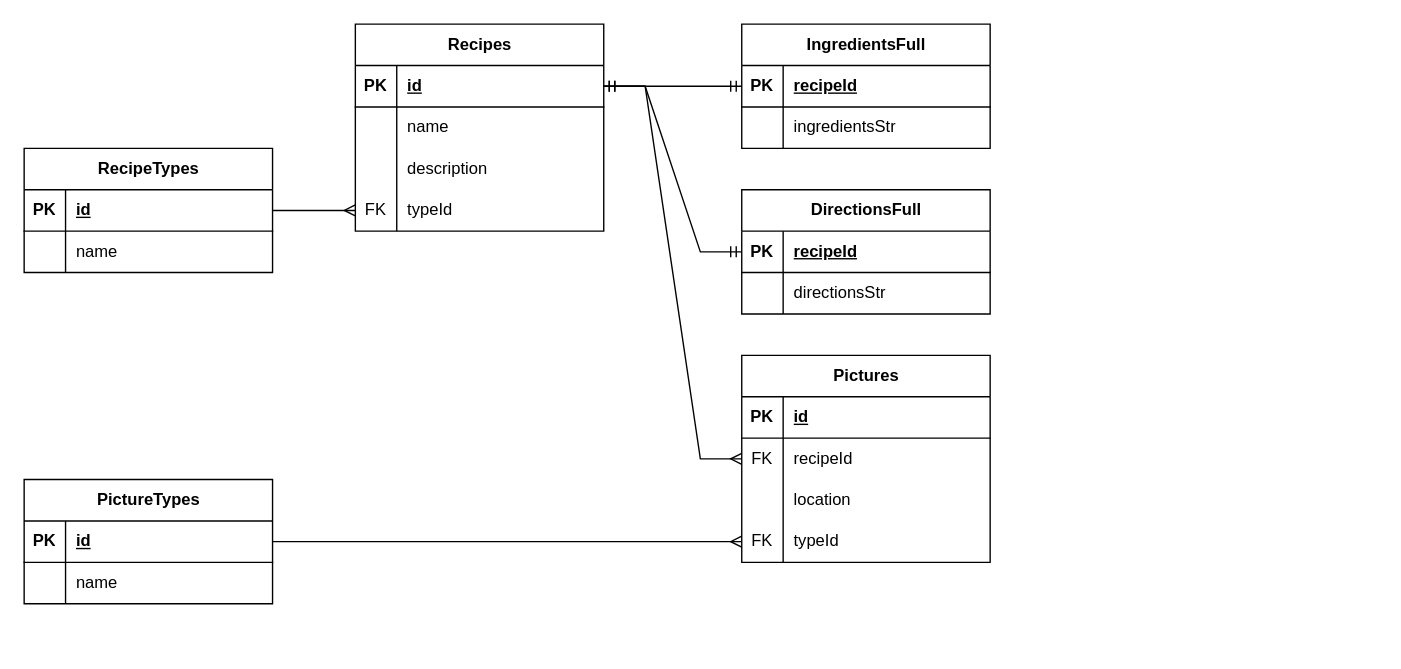
Before: Recipe Database.drawio in Souptember/recipe-api, a draw.io diagram. Source tidied: cells renumbered, new cells numbered last; positions are measured from the earlier drawing's top-left corner, leaving out a move shared by most shapes. Both pictures are drawn from the tidied source at 138%, with x=0, y=0 at pixel (23, 23).
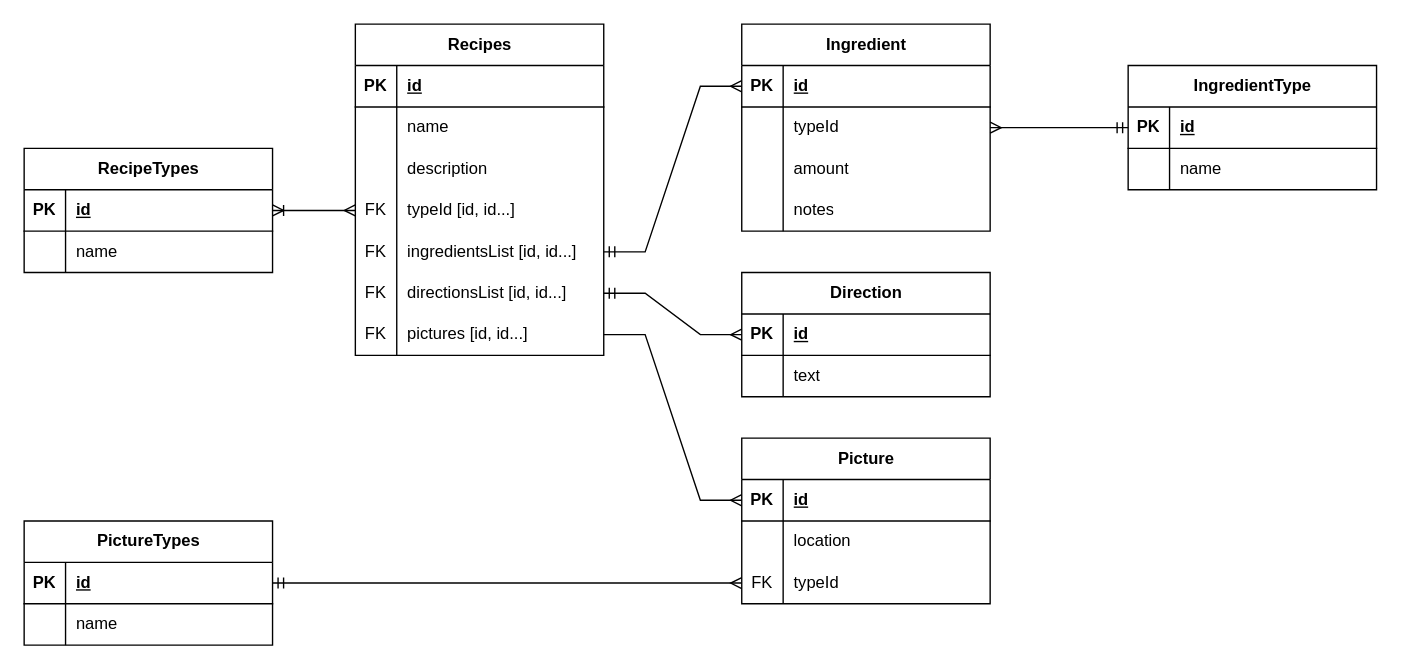
After the change.

Unchanged cells that the change refers to:
```xml
<mxCell id="3" style="shape=tableRow;horizontal=0;startSize=0;swimlaneHead=0;swimlaneBody=0;fillColor=none;points=[[0,0.5],[1,0.5]];portConstraint=eastwest;top=0;left=0;right=0;bottom=1;" parent="2" vertex="1">
  <mxGeometry y="30" width="180" height="30" as="geometry" />
</mxCell>
<mxCell id="12" style="shape=tableRow;horizontal=0;startSize=0;swimlaneHead=0;swimlaneBody=0;fillColor=none;points=[[0,0.5],[1,0.5]];portConstraint=eastwest;top=0;left=0;right=0;bottom=0;" parent="2" vertex="1">
  <mxGeometry y="120" width="180" height="30" as="geometry" />
</mxCell>
<mxCell id="16" style="shape=tableRow;horizontal=0;startSize=0;swimlaneHead=0;swimlaneBody=0;fillColor=none;points=[[0,0.5],[1,0.5]];portConstraint=eastwest;top=0;left=0;right=0;bottom=1;" parent="15" vertex="1">
  <mxGeometry y="30" width="180" height="30" as="geometry" />
</mxCell>
<mxCell id="19" style="shape=tableRow;horizontal=0;startSize=0;swimlaneHead=0;swimlaneBody=0;fillColor=none;points=[[0,0.5],[1,0.5]];portConstraint=eastwest;top=0;left=0;right=0;bottom=0;" parent="15" vertex="1">
  <mxGeometry y="60" width="180" height="30" as="geometry" />
</mxCell>
<mxCell id="23" style="shape=tableRow;horizontal=0;startSize=0;swimlaneHead=0;swimlaneBody=0;fillColor=none;points=[[0,0.5],[1,0.5]];portConstraint=eastwest;top=0;left=0;right=0;bottom=1;" parent="22" vertex="1">
  <mxGeometry y="30" width="180" height="30" as="geometry" />
</mxCell>
<mxCell id="26" style="shape=tableRow;horizontal=0;startSize=0;swimlaneHead=0;swimlaneBody=0;fillColor=none;top=0;left=0;right=0;bottom=0;" parent="22" vertex="1">
  <mxGeometry y="60" width="180" height="30" as="geometry" />
</mxCell>
<mxCell id="30" style="shape=tableRow;horizontal=0;startSize=0;swimlaneHead=0;swimlaneBody=0;fillColor=none;points=[[0,0.5],[1,0.5]];portConstraint=eastwest;top=0;left=0;right=0;bottom=1;" parent="29" vertex="1">
  <mxGeometry y="30" width="180" height="30" as="geometry" />
</mxCell>
<mxCell id="40" style="shape=tableRow;horizontal=0;startSize=0;swimlaneHead=0;swimlaneBody=0;fillColor=none;points=[[0,0.5],[1,0.5]];portConstraint=eastwest;top=0;left=0;right=0;bottom=1;" parent="39" vertex="1">
  <mxGeometry y="30" width="180" height="30" as="geometry" />
</mxCell>
<mxCell id="53" style="shape=tableRow;horizontal=0;startSize=0;swimlaneHead=0;swimlaneBody=0;fillColor=none;points=[[0,0.5],[1,0.5]];portConstraint=eastwest;top=0;left=0;right=0;bottom=1;" parent="52" vertex="1">
  <mxGeometry y="30" width="180" height="30" as="geometry" />
</mxCell>
```

The edit, as a diff of the source:
```diff
@@
     <mxCell id="2" value="&lt;div&gt;Recipes&lt;/div&gt;" style="shape=table;startSize=30;childLayout=tableLayout;rowLines=0;fontStyle=1;align=center;html=1;" parent="1" vertex="1">
-      <mxGeometry x="240" width="180" height="150" as="geometry" />
+      <mxGeometry x="240" width="180" height="240" as="geometry" />
     </mxCell>
@@
-    <mxCell id="14" value="typeId" style="shape=partialRectangle;fillColor=none;top=0;left=0;bottom=0;right=0;align=left;spacingLeft=6;overflow=hidden;whiteSpace=wrap;html=1;" parent="12" vertex="1">
+    <mxCell id="14" value="typeId [id, id...]" style="shape=partialRectangle;fillColor=none;top=0;left=0;bottom=0;right=0;align=left;spacingLeft=6;overflow=hidden;whiteSpace=wrap;html=1;" parent="12" vertex="1">
       <mxGeometry x="30" width="150" height="30" as="geometry" />
     </mxCell>
+    <mxCell id="61" style="shape=tableRow;horizontal=0;startSize=0;swimlaneHead=0;swimlaneBody=0;fillColor=none;points=[[0,0.5],[1,0.5]];portConstraint=eastwest;top=0;left=0;right=0;bottom=0;" parent="2" vertex="1">
+      <mxGeometry y="150" width="180" height="30" as="geometry" />
+    </mxCell>
+    <mxCell id="62" value="FK" style="shape=partialRectangle;fillColor=none;top=0;left=0;bottom=0;right=0;overflow=hidden;whiteSpace=wrap;html=1;" parent="61" vertex="1">
+      <mxGeometry width="30" height="30" as="geometry" />
+    </mxCell>
+    <mxCell id="63" value="ingredientsList [id, id...]" style="shape=partialRectangle;fillColor=none;top=0;left=0;bottom=0;right=0;align=left;spacingLeft=6;overflow=hidden;whiteSpace=wrap;html=1;" parent="61" vertex="1">
+      <mxGeometry x="30" width="150" height="30" as="geometry" />
+    </mxCell>
+    <mxCell id="64" style="shape=tableRow;horizontal=0;startSize=0;swimlaneHead=0;swimlaneBody=0;fillColor=none;points=[[0,0.5],[1,0.5]];portConstraint=eastwest;top=0;left=0;right=0;bottom=0;" parent="2" vertex="1">
+      <mxGeometry y="180" width="180" height="30" as="geometry" />
+    </mxCell>
+    <mxCell id="65" value="FK" style="shape=partialRectangle;fillColor=none;top=0;left=0;bottom=0;right=0;overflow=hidden;whiteSpace=wrap;html=1;" parent="64" vertex="1">
+      <mxGeometry width="30" height="30" as="geometry" />
+    </mxCell>
+    <mxCell id="66" value="directionsList [id, id...]" style="shape=partialRectangle;fillColor=none;top=0;left=0;bottom=0;right=0;align=left;spacingLeft=6;overflow=hidden;whiteSpace=wrap;html=1;" parent="64" vertex="1">
+      <mxGeometry x="30" width="150" height="30" as="geometry" />
+    </mxCell>
+    <mxCell id="67" style="shape=tableRow;horizontal=0;startSize=0;swimlaneHead=0;swimlaneBody=0;fillColor=none;points=[[0,0.5],[1,0.5]];portConstraint=eastwest;top=0;left=0;right=0;bottom=0;" parent="2" vertex="1">
+      <mxGeometry y="210" width="180" height="30" as="geometry" />
+    </mxCell>
+    <mxCell id="68" value="FK" style="shape=partialRectangle;fillColor=none;top=0;left=0;bottom=0;right=0;overflow=hidden;whiteSpace=wrap;html=1;" parent="67" vertex="1">
+      <mxGeometry width="30" height="30" as="geometry" />
+    </mxCell>
+    <mxCell id="69" value="pictures [id, id...]" style="shape=partialRectangle;fillColor=none;top=0;left=0;bottom=0;right=0;align=left;spacingLeft=6;overflow=hidden;whiteSpace=wrap;html=1;" parent="67" vertex="1">
+      <mxGeometry x="30" width="150" height="30" as="geometry" />
+    </mxCell>
-    <mxCell id="15" value="IngredientsFull" style="shape=table;startSize=30;childLayout=tableLayout;rowLines=0;fontStyle=1;align=center;html=1;" parent="1" vertex="1">
-      <mxGeometry x="520" width="180" height="90" as="geometry" />
+    <mxCell id="15" value="Ingredient" style="shape=table;startSize=30;childLayout=tableLayout;rowLines=0;fontStyle=1;align=center;html=1;" parent="1" vertex="1">
+      <mxGeometry x="520" width="180" height="150" as="geometry" />
     </mxCell>
@@
-    <mxCell id="18" value="recipeId" style="shape=partialRectangle;fillColor=none;top=0;left=0;bottom=0;right=0;align=left;spacingLeft=6;fontStyle=5;overflow=hidden;whiteSpace=wrap;html=1;" parent="16" vertex="1">
+    <mxCell id="18" value="id" style="shape=partialRectangle;fillColor=none;top=0;left=0;bottom=0;right=0;align=left;spacingLeft=6;fontStyle=5;overflow=hidden;whiteSpace=wrap;html=1;" parent="16" vertex="1">
       <mxGeometry x="30" width="150" height="30" as="geometry" />
     </mxCell>
@@
-    <mxCell id="21" value="ingredientsStr" style="shape=partialRectangle;fillColor=none;top=0;left=0;bottom=0;right=0;align=left;spacingLeft=6;overflow=hidden;whiteSpace=wrap;html=1;" parent="19" vertex="1">
+    <mxCell id="21" value="typeId" style="shape=partialRectangle;fillColor=none;top=0;left=0;bottom=0;right=0;align=left;spacingLeft=6;overflow=hidden;whiteSpace=wrap;html=1;" parent="19" vertex="1">
       <mxGeometry x="30" width="150" height="30" as="geometry" />
     </mxCell>
+    <mxCell id="70" style="shape=tableRow;horizontal=0;startSize=0;swimlaneHead=0;swimlaneBody=0;fillColor=none;top=0;left=0;right=0;bottom=0;" parent="15" vertex="1">
+      <mxGeometry y="90" width="180" height="30" as="geometry" />
+    </mxCell>
+    <mxCell id="71" style="shape=partialRectangle;fillColor=none;top=0;left=0;bottom=0;right=0;overflow=hidden;whiteSpace=wrap;html=1;" parent="70" vertex="1">
+      <mxGeometry width="30" height="30" as="geometry" />
+    </mxCell>
+    <mxCell id="72" value="amount" style="shape=partialRectangle;fillColor=none;top=0;left=0;bottom=0;right=0;align=left;spacingLeft=6;overflow=hidden;whiteSpace=wrap;html=1;" parent="70" vertex="1">
+      <mxGeometry x="30" width="150" height="30" as="geometry" />
+    </mxCell>
+    <mxCell id="73" style="shape=tableRow;horizontal=0;startSize=0;swimlaneHead=0;swimlaneBody=0;fillColor=none;top=0;left=0;right=0;bottom=0;" parent="15" vertex="1">
+      <mxGeometry y="120" width="180" height="30" as="geometry" />
+    </mxCell>
+    <mxCell id="74" style="shape=partialRectangle;fillColor=none;top=0;left=0;bottom=0;right=0;overflow=hidden;whiteSpace=wrap;html=1;" parent="73" vertex="1">
+      <mxGeometry width="30" height="30" as="geometry" />
+    </mxCell>
+    <mxCell id="75" value="notes" style="shape=partialRectangle;fillColor=none;top=0;left=0;bottom=0;right=0;align=left;spacingLeft=6;overflow=hidden;whiteSpace=wrap;html=1;" parent="73" vertex="1">
+      <mxGeometry x="30" width="150" height="30" as="geometry" />
+    </mxCell>
-    <mxCell id="22" value="DirectionsFull" style="shape=table;startSize=30;childLayout=tableLayout;rowLines=0;fontStyle=1;align=center;html=1;" parent="1" vertex="1">
-      <mxGeometry x="520" y="120" width="180" height="90" as="geometry" />
+    <mxCell id="22" value="Direction" style="shape=table;startSize=30;childLayout=tableLayout;rowLines=0;fontStyle=1;align=center;html=1;" parent="1" vertex="1">
+      <mxGeometry x="520" y="180" width="180" height="90" as="geometry" />
     </mxCell>
@@
-    <mxCell id="25" value="recipeId" style="shape=partialRectangle;fillColor=none;top=0;left=0;bottom=0;right=0;align=left;spacingLeft=6;fontStyle=5;overflow=hidden;whiteSpace=wrap;html=1;" parent="23" vertex="1">
+    <mxCell id="25" value="id" style="shape=partialRectangle;fillColor=none;top=0;left=0;bottom=0;right=0;align=left;spacingLeft=6;fontStyle=5;overflow=hidden;whiteSpace=wrap;html=1;" parent="23" vertex="1">
       <mxGeometry x="30" width="150" height="30" as="geometry" />
     </mxCell>
@@
-    <mxCell id="28" value="directionsStr" style="shape=partialRectangle;fillColor=none;top=0;left=0;bottom=0;right=0;align=left;spacingLeft=6;overflow=hidden;whiteSpace=wrap;html=1;" parent="26" vertex="1">
+    <mxCell id="28" value="text" style="shape=partialRectangle;fillColor=none;top=0;left=0;bottom=0;right=0;align=left;spacingLeft=6;overflow=hidden;whiteSpace=wrap;html=1;" parent="26" vertex="1">
       <mxGeometry x="30" width="150" height="30" as="geometry" />
     </mxCell>
@@
-    <mxCell id="36" style="edgeStyle=entityRelationEdgeStyle;fontSize=12;html=1;endArrow=ERmany;rounded=0;" parent="1" edge="1" source="30" target="12">
+    <mxCell id="36" style="edgeStyle=entityRelationEdgeStyle;fontSize=12;html=1;endArrow=ERmany;rounded=0;startArrow=ERoneToMany;startFill=0;" parent="1" edge="1" source="30" target="12">
       <mxGeometry relative="1" as="geometry" />
     </mxCell>
-    <mxCell id="37" style="edgeStyle=entityRelationEdgeStyle;fontSize=12;html=1;endArrow=ERmandOne;startArrow=ERmandOne;rounded=0;" parent="1" edge="1" source="3" target="16">
+    <mxCell id="37" style="edgeStyle=entityRelationEdgeStyle;fontSize=12;html=1;endArrow=ERmany;startArrow=ERmandOne;rounded=0;exitX=1;exitY=0.5;exitDx=0;exitDy=0;endFill=0;" parent="1" edge="1" source="61" target="16">
       <mxGeometry relative="1" as="geometry" />
     </mxCell>
-    <mxCell id="38" style="edgeStyle=entityRelationEdgeStyle;fontSize=12;html=1;endArrow=ERmandOne;startArrow=ERmandOne;rounded=0;" parent="1" edge="1" source="3" target="23">
+    <mxCell id="38" style="edgeStyle=entityRelationEdgeStyle;fontSize=12;html=1;endArrow=ERmany;startArrow=ERmandOne;rounded=0;exitX=1;exitY=0.5;exitDx=0;exitDy=0;endFill=0;" parent="1" edge="1" source="64" target="23">
       <mxGeometry relative="1" as="geometry" />
     </mxCell>
-    <mxCell id="39" value="Pictures" style="shape=table;startSize=30;childLayout=tableLayout;rowLines=0;fontStyle=1;align=center;html=1;" parent="1" vertex="1">
-      <mxGeometry x="520" y="240" width="180" height="150" as="geometry" />
+    <mxCell id="39" value="Picture" style="shape=table;startSize=30;childLayout=tableLayout;rowLines=0;fontStyle=1;align=center;html=1;" parent="1" vertex="1">
+      <mxGeometry x="520" y="300" width="180" height="120" as="geometry" />
     </mxCell>
@@
-    <mxCell id="43" style="shape=tableRow;horizontal=0;startSize=0;swimlaneHead=0;swimlaneBody=0;fillColor=none;points=[[0,0.5],[1,0.5]];portConstraint=eastwest;top=0;left=0;right=0;bottom=0;" parent="39" vertex="1">
-      <mxGeometry y="60" width="180" height="30" as="geometry" />
-    </mxCell>
-    <mxCell id="44" value="FK" style="shape=partialRectangle;fillColor=none;top=0;left=0;bottom=0;right=0;overflow=hidden;whiteSpace=wrap;html=1;" parent="43" vertex="1">
-      <mxGeometry width="30" height="30" as="geometry" />
-    </mxCell>
-    <mxCell id="45" value="recipeId" style="shape=partialRectangle;fillColor=none;top=0;left=0;bottom=0;right=0;align=left;spacingLeft=6;overflow=hidden;whiteSpace=wrap;html=1;" parent="43" vertex="1">
-      <mxGeometry x="30" width="150" height="30" as="geometry" />
-    </mxCell>
     <mxCell id="46" style="shape=tableRow;horizontal=0;startSize=0;swimlaneHead=0;swimlaneBody=0;fillColor=none;top=0;left=0;right=0;bottom=0;" parent="39" vertex="1">
-      <mxGeometry y="90" width="180" height="30" as="geometry" />
+      <mxGeometry y="60" width="180" height="30" as="geometry" />
     </mxCell>
@@
     <mxCell id="49" style="shape=tableRow;horizontal=0;startSize=0;swimlaneHead=0;swimlaneBody=0;fillColor=none;points=[[0,0.5],[1,0.5]];portConstraint=eastwest;top=0;left=0;right=0;bottom=0;" parent="39" vertex="1">
-      <mxGeometry y="120" width="180" height="30" as="geometry" />
+      <mxGeometry y="90" width="180" height="30" as="geometry" />
     </mxCell>
@@
     <mxCell id="52" value="PictureTypes" style="shape=table;startSize=30;childLayout=tableLayout;rowLines=0;fontStyle=1;align=center;html=1;" parent="1" vertex="1">
-      <mxGeometry y="330" width="180" height="90" as="geometry" />
+      <mxGeometry y="360" width="180" height="90" as="geometry" />
     </mxCell>
@@
-    <mxCell id="59" style="edgeStyle=entityRelationEdgeStyle;fontSize=12;html=1;endArrow=ERmany;rounded=0;" parent="1" edge="1" source="53" target="49">
+    <mxCell id="59" style="edgeStyle=entityRelationEdgeStyle;fontSize=12;html=1;endArrow=ERmany;rounded=0;startArrow=ERmandOne;startFill=0;" parent="1" edge="1" source="53" target="49">
       <mxGeometry relative="1" as="geometry" />
     </mxCell>
-    <mxCell id="60" style="edgeStyle=entityRelationEdgeStyle;fontSize=12;html=1;endArrow=ERmany;rounded=0;" parent="1" edge="1" source="3" target="43">
+    <mxCell id="60" style="edgeStyle=entityRelationEdgeStyle;fontSize=12;html=1;endArrow=ERmany;rounded=0;exitX=1;exitY=0.5;exitDx=0;exitDy=0;entryX=0;entryY=0.5;entryDx=0;entryDy=0;" parent="1" edge="1" source="67" target="40">
       <mxGeometry relative="1" as="geometry" />
     </mxCell>
+    <mxCell id="76" value="IngredientType" style="shape=table;startSize=30;childLayout=tableLayout;rowLines=0;fontStyle=1;align=center;html=1;" parent="1" vertex="1">
+      <mxGeometry x="800" y="30" width="180" height="90" as="geometry" />
+    </mxCell>
+    <mxCell id="77" style="shape=tableRow;horizontal=0;startSize=0;swimlaneHead=0;swimlaneBody=0;fillColor=none;points=[[0,0.5],[1,0.5]];portConstraint=eastwest;top=0;left=0;right=0;bottom=1;" parent="76" vertex="1">
+      <mxGeometry y="30" width="180" height="30" as="geometry" />
+    </mxCell>
+    <mxCell id="78" value="PK" style="shape=partialRectangle;fillColor=none;top=0;left=0;bottom=0;right=0;fontStyle=1;overflow=hidden;whiteSpace=wrap;html=1;" parent="77" vertex="1">
+      <mxGeometry width="30" height="30" as="geometry" />
+    </mxCell>
+    <mxCell id="79" value="id" style="shape=partialRectangle;fillColor=none;top=0;left=0;bottom=0;right=0;align=left;spacingLeft=6;fontStyle=5;overflow=hidden;whiteSpace=wrap;html=1;" parent="77" vertex="1">
+      <mxGeometry x="30" width="150" height="30" as="geometry" />
+    </mxCell>
+    <mxCell id="43" style="shape=tableRow;horizontal=0;startSize=0;swimlaneHead=0;swimlaneBody=0;fillColor=none;points=[[0,0.5],[1,0.5]];portConstraint=eastwest;top=0;left=0;right=0;bottom=0;" parent="76" vertex="1">
+      <mxGeometry y="60" width="180" height="30" as="geometry" />
+    </mxCell>
+    <mxCell id="80" style="shape=partialRectangle;fillColor=none;top=0;left=0;bottom=0;right=0;overflow=hidden;whiteSpace=wrap;html=1;" parent="43" vertex="1">
+      <mxGeometry width="30" height="30" as="geometry" />
+    </mxCell>
+    <mxCell id="81" value="name" style="shape=partialRectangle;fillColor=none;top=0;left=0;bottom=0;right=0;align=left;spacingLeft=6;overflow=hidden;whiteSpace=wrap;html=1;" parent="43" vertex="1">
+      <mxGeometry x="30" width="150" height="30" as="geometry" />
+    </mxCell>
+    <mxCell id="82" style="edgeStyle=entityRelationEdgeStyle;fontSize=12;html=1;endArrow=ERmandOne;endFill=0;rounded=0;exitX=1;exitY=0.5;exitDx=0;exitDy=0;entryX=0;entryY=0.5;entryDx=0;entryDy=0;startArrow=ERmany;startFill=0;" parent="1" edge="1" source="19" target="77">
+      <mxGeometry relative="1" as="geometry" />
+    </mxCell>
```
